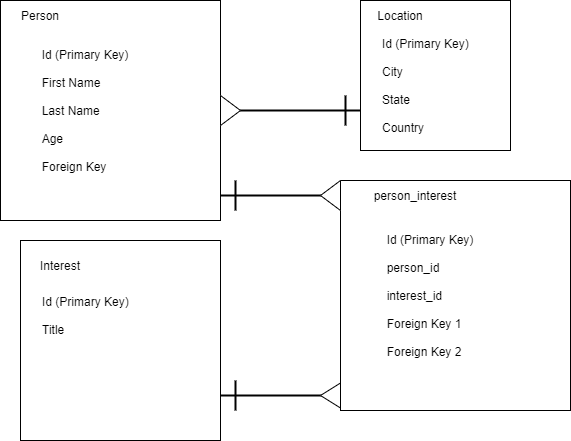
Above: PLI_diagram.drawio.png in mheerspink75/java-assignment-schema-design (draw.io), before the change. Source tidied: cells renumbered, new cells last; positions are measured from the earlier drawing's top-left corner, leaving out a move shared by most shapes.
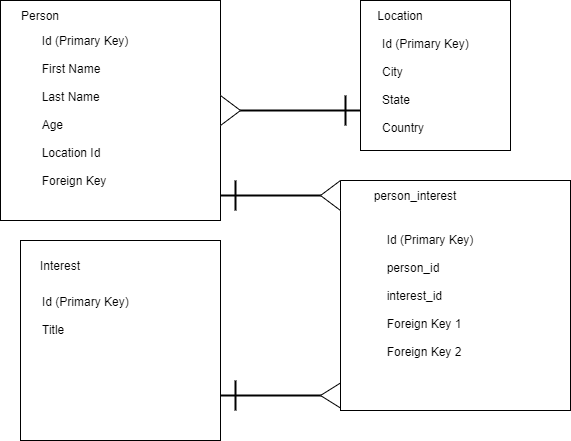
Above is the later version.

The edit, as a diff of the source:
```diff
@@ -20,7 +20,7 @@
     <mxCell id="7" value="Interest" style="text;html=1;strokeColor=none;fillColor=none;align=center;verticalAlign=middle;whiteSpace=wrap;rounded=0;" parent="1" vertex="1">
       <mxGeometry x="30" y="250" width="60" height="30" as="geometry" />
     </mxCell>
-    <mxCell id="8" value="&lt;div style=&quot;text-align: left&quot;&gt;&lt;span&gt;Id (Primary Key)&lt;/span&gt;&lt;/div&gt;&lt;div style=&quot;text-align: left&quot;&gt;&lt;span&gt;&lt;br&gt;&lt;/span&gt;&lt;/div&gt;&lt;div style=&quot;text-align: left&quot;&gt;&lt;span&gt;First Name&lt;/span&gt;&lt;/div&gt;&lt;div style=&quot;text-align: left&quot;&gt;&lt;span&gt;&lt;br&gt;&lt;/span&gt;&lt;/div&gt;&lt;div style=&quot;text-align: left&quot;&gt;&lt;span&gt;Last Name&lt;/span&gt;&lt;/div&gt;&lt;div style=&quot;text-align: left&quot;&gt;&lt;span&gt;&lt;br&gt;&lt;/span&gt;&lt;/div&gt;&lt;div style=&quot;text-align: left&quot;&gt;&lt;span&gt;Age&lt;/span&gt;&lt;/div&gt;&lt;div style=&quot;text-align: left&quot;&gt;&lt;span&gt;&lt;br&gt;&lt;/span&gt;&lt;/div&gt;&lt;div style=&quot;text-align: left&quot;&gt;&lt;span&gt;Foreign Key&lt;/span&gt;&lt;/div&gt;" style="text;html=1;strokeColor=none;fillColor=none;align=center;verticalAlign=middle;whiteSpace=wrap;rounded=0;" parent="1" vertex="1">
+    <mxCell id="8" value="&lt;div style=&quot;text-align: left&quot;&gt;&lt;span&gt;Id (Primary Key)&lt;/span&gt;&lt;/div&gt;&lt;div style=&quot;text-align: left&quot;&gt;&lt;span&gt;&lt;br&gt;&lt;/span&gt;&lt;/div&gt;&lt;div style=&quot;text-align: left&quot;&gt;&lt;span&gt;First Name&lt;/span&gt;&lt;/div&gt;&lt;div style=&quot;text-align: left&quot;&gt;&lt;span&gt;&lt;br&gt;&lt;/span&gt;&lt;/div&gt;&lt;div style=&quot;text-align: left&quot;&gt;&lt;span&gt;Last Name&lt;/span&gt;&lt;/div&gt;&lt;div style=&quot;text-align: left&quot;&gt;&lt;span&gt;&lt;br&gt;&lt;/span&gt;&lt;/div&gt;&lt;div style=&quot;text-align: left&quot;&gt;&lt;span&gt;Age&lt;/span&gt;&lt;/div&gt;&lt;div style=&quot;text-align: left&quot;&gt;&lt;span&gt;&lt;br&gt;&lt;/span&gt;&lt;/div&gt;&lt;div style=&quot;text-align: left&quot;&gt;&lt;span&gt;Location Id&lt;/span&gt;&lt;/div&gt;&lt;div style=&quot;text-align: left&quot;&gt;&lt;span&gt;&lt;br&gt;&lt;/span&gt;&lt;/div&gt;&lt;div style=&quot;text-align: left&quot;&gt;&lt;span&gt;Foreign Key&lt;/span&gt;&lt;/div&gt;" style="text;html=1;strokeColor=none;fillColor=none;align=center;verticalAlign=middle;whiteSpace=wrap;rounded=0;" parent="1" vertex="1">
       <mxGeometry x="20" y="35" width="130" height="150" as="geometry" />
     </mxCell>
     <mxCell id="9" value="Id (Primary Key)&lt;br&gt;&lt;br&gt;City&lt;br&gt;&lt;br&gt;State&lt;br&gt;&lt;br&gt;Country" style="text;html=1;strokeColor=none;fillColor=none;align=left;verticalAlign=middle;whiteSpace=wrap;rounded=0;" parent="1" vertex="1">
```
